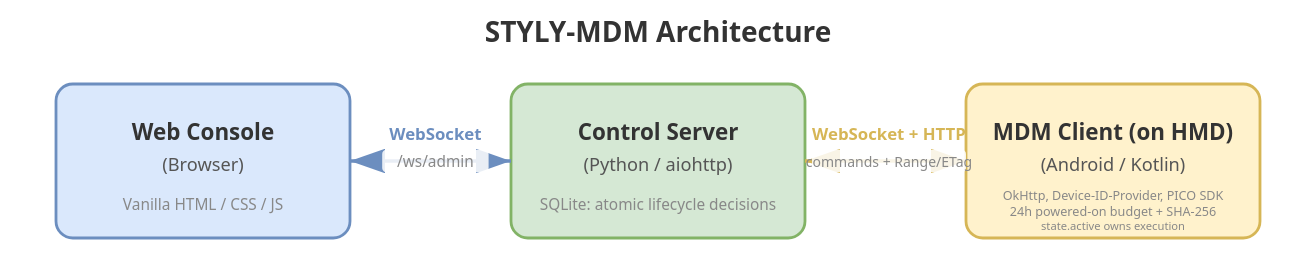
Before: docs/architecture.drawio.svg, a diagram exported from draw.io (styly-dev/STYLY-MDM). Source tidied: cells renumbered, new cells last; positions are measured from the earlier drawing's top-left corner, leaving out a move shared by most shapes.
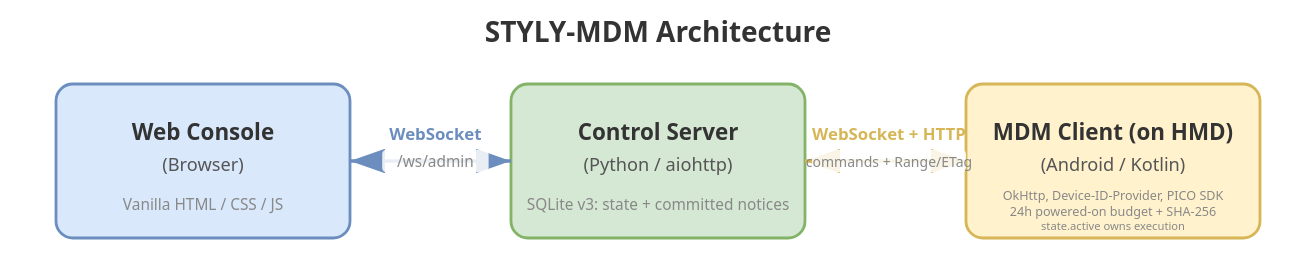
Above is the later version.

Diff of the diagram source:
```diff
@@ -17,7 +17,7 @@
     <mxCell id="6" value="&lt;b&gt;Control Server&lt;/b&gt;&lt;br&gt;(Python / aiohttp)" style="text;html=1;align=center;verticalAlign=middle;" parent="1" vertex="1">
       <mxGeometry x="365" y="85" width="130" height="50" as="geometry" />
     </mxCell>
-    <mxCell id="7" value="SQLite: atomic lifecycle decisions" style="text;html=1;align=center;verticalAlign=middle;fontColor=#666666;fontSize=10;" parent="1" vertex="1">
+    <mxCell id="7" value="SQLite v3: state + committed notices" style="text;html=1;align=center;verticalAlign=middle;fontColor=#666666;fontSize=10;" parent="1" vertex="1">
       <mxGeometry x="350" y="135" width="160" height="20" as="geometry" />
     </mxCell>
     <mxCell id="8" style="rounded=1;whiteSpace=wrap;html=1;fillColor=#fff2cc;strokeColor=#d6b656;arcSize=10;" parent="1" vertex="1">
```
